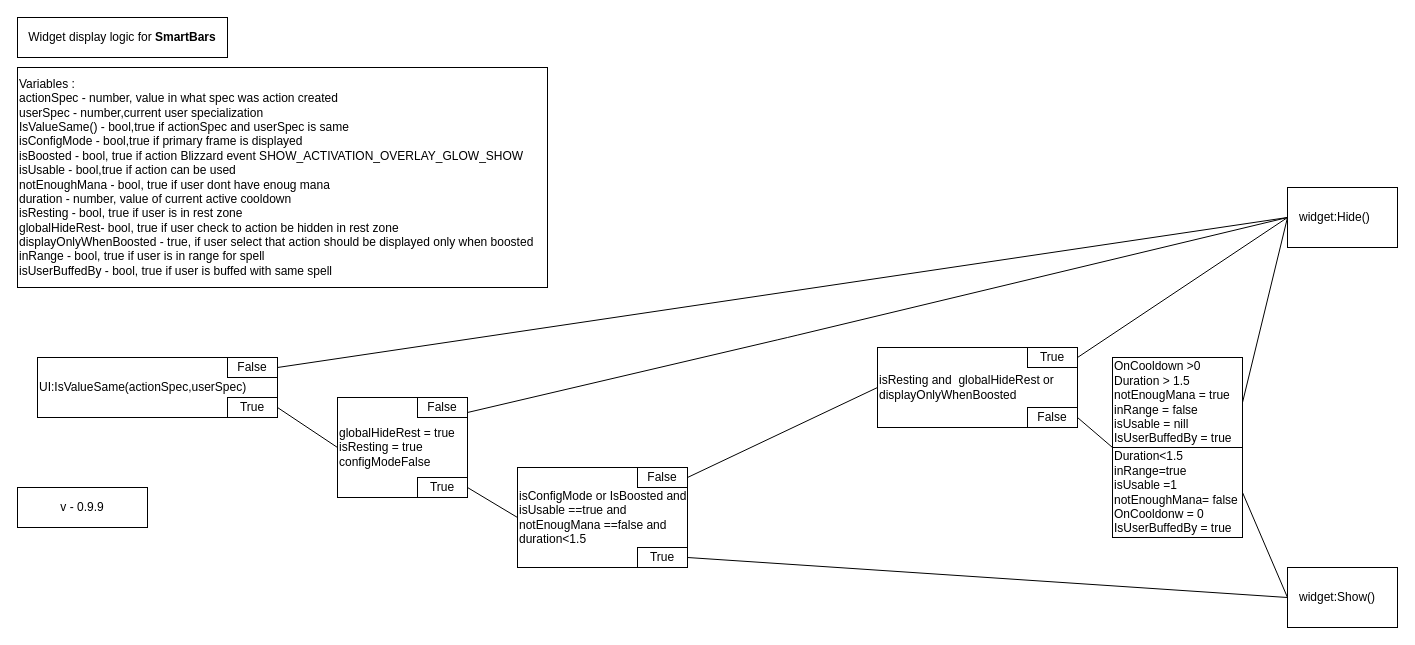
Above: Diagrams/SmartBars_displayLogic.drawio in Beginnerstudios/Smartbars (draw.io), before the change. Source tidied: cells renumbered, new cells numbered last; positions are measured from the earlier drawing's top-left corner, leaving out a move shared by most shapes. Both pictures are drawn from the tidied source at 100%, with x=0, y=0 at pixel (17, 17).
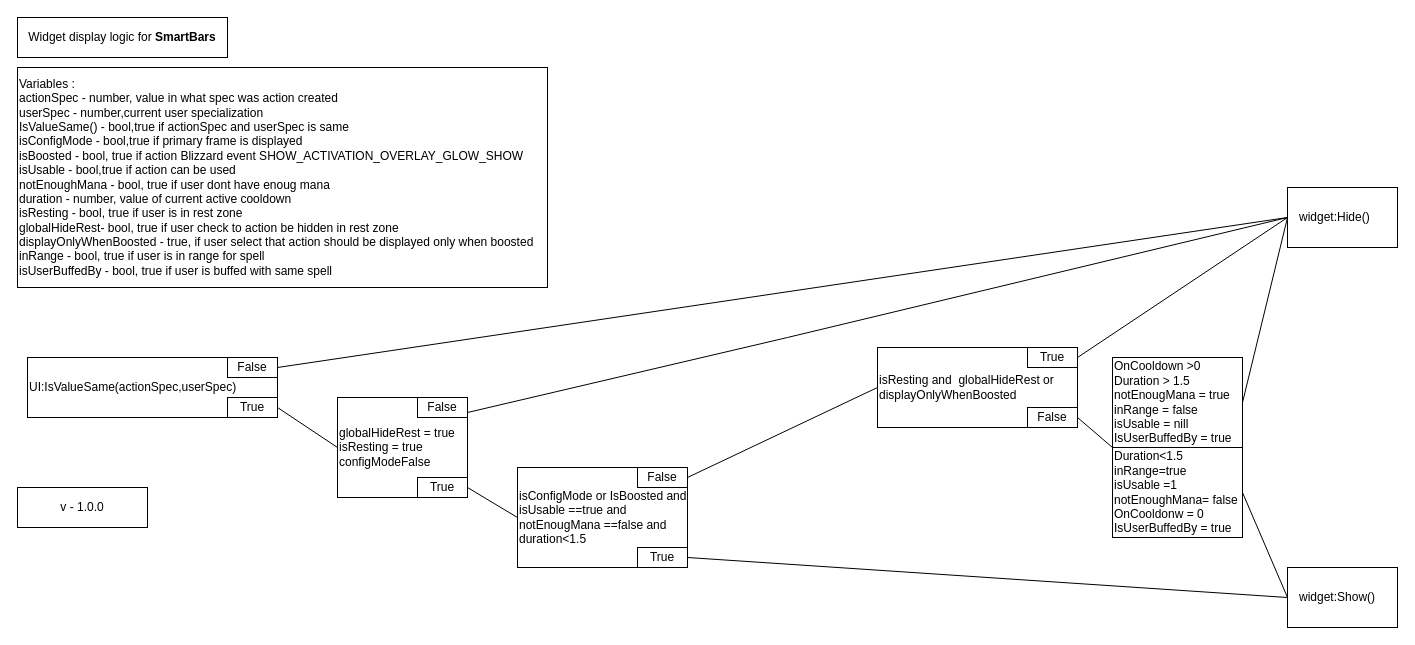
After the change.

The edit, as a diff of the source:
```diff
@@
     <mxCell id="2" value="UI:IsValueSame(actionSpec,userSpec)" style="rounded=0;whiteSpace=wrap;html=1;align=left;" parent="1" vertex="1">
-      <mxGeometry x="20" y="340" width="240" height="60" as="geometry" />
+      <mxGeometry x="10" y="340" width="250" height="60" as="geometry" />
     </mxCell>
@@
-    <mxCell id="22" value="&lt;div&gt;v - 0.9.9&lt;/div&gt;" style="rounded=0;whiteSpace=wrap;html=1;" parent="1" vertex="1">
+    <mxCell id="22" value="&lt;div&gt;v - 1.0.0&lt;/div&gt;" style="rounded=0;whiteSpace=wrap;html=1;" parent="1" vertex="1">
       <mxGeometry y="470" width="130" height="40" as="geometry" />
     </mxCell>
```
